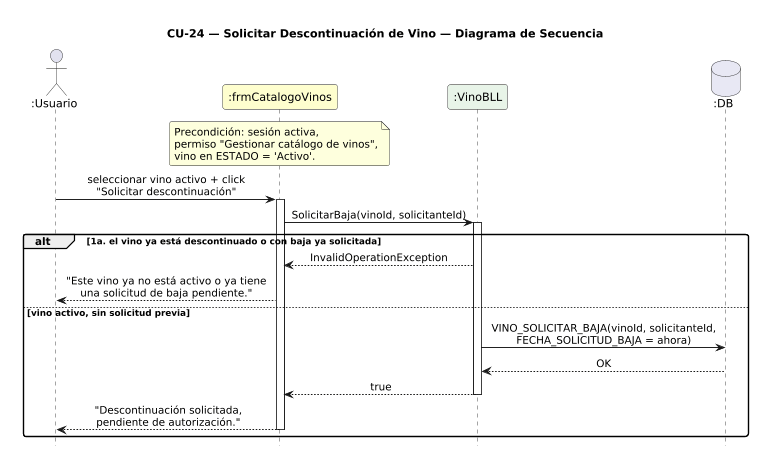
Jesifu/club-de-vinos-td keeps this PlantUML diagram as DIAGRAMAS/DiagramaSecuencia_CU24_SolicitarDescontinuacion.png. Above is the earlier version. Its source is kept beside it as DIAGRAMAS/DiagramaSecuencia_CU24_SolicitarDescontinuacion.puml. Its diagram source:
```plantuml
@startuml DiagramaSecuencia_CU24_SolicitarDescontinuacion

title CU-24 — Solicitar Descontinuación de Vino — Diagrama de Secuencia

skinparam shadowing false
skinparam roundcorner 6
skinparam sequenceArrowThickness 1.2
skinparam sequenceMessageAlign center
hide footbox
scale 0.8

actor       ":Usuario"              as U
participant ":frmCatalogoVinos"     as FC #FEFECE
participant ":VinoBLL"              as VB #E8F4E8
database    ":DB"                   as DB #E8E8F4

note over FC
  Precondición: sesión activa,
  permiso "Gestionar catálogo de vinos",
  vino en ESTADO = 'Activo'.
end note

U -> FC : seleccionar vino activo + click\n"Solicitar descontinuación"
activate FC
FC -> VB : SolicitarBaja(vinoId, solicitanteId)
activate VB

alt 1a. el vino ya está descontinuado o con baja ya solicitada
  VB --> FC : InvalidOperationException
  FC --> U : "Este vino ya no está activo o ya tiene\nuna solicitud de baja pendiente."
else vino activo, sin solicitud previa
  VB -> DB : VINO_SOLICITAR_BAJA(vinoId, solicitanteId,\nFECHA_SOLICITUD_BAJA = ahora)
  DB --> VB : OK
  VB --> FC : true
  deactivate VB
  FC --> U : "Descontinuación solicitada,\npendiente de autorización."
  deactivate FC
end

@enduml
```
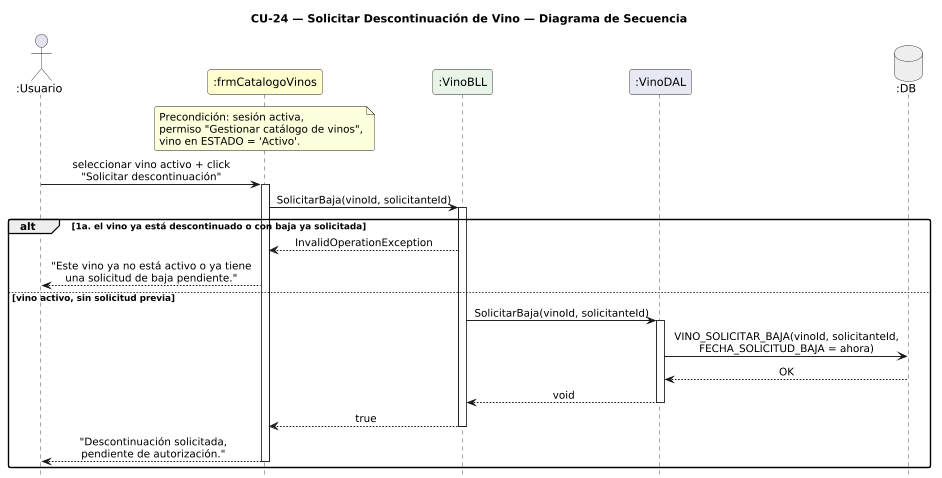
The same diagram one commit later.

The edit, as a diff of the source:
```diff
@@ -12,7 +12,8 @@
 actor       ":Usuario"              as U
 participant ":frmCatalogoVinos"     as FC #FEFECE
 participant ":VinoBLL"              as VB #E8F4E8
-database    ":DB"                   as DB #E8E8F4
+participant ":VinoDAL"              as VD #E8E8F4
+database    ":DB"                   as DB #EEEEEE
 
 note over FC
   Precondición: sesión activa,
@@ -29,8 +30,12 @@
   VB --> FC : InvalidOperationException
   FC --> U : "Este vino ya no está activo o ya tiene\nuna solicitud de baja pendiente."
 else vino activo, sin solicitud previa
-  VB -> DB : VINO_SOLICITAR_BAJA(vinoId, solicitanteId,\nFECHA_SOLICITUD_BAJA = ahora)
-  DB --> VB : OK
+  VB -> VD : SolicitarBaja(vinoId, solicitanteId)
+  activate VD
+  VD -> DB : VINO_SOLICITAR_BAJA(vinoId, solicitanteId,\nFECHA_SOLICITUD_BAJA = ahora)
+  DB --> VD : OK
+  VD --> VB : void
+  deactivate VD
   VB --> FC : true
   deactivate VB
   FC --> U : "Descontinuación solicitada,\npendiente de autorización."
```
